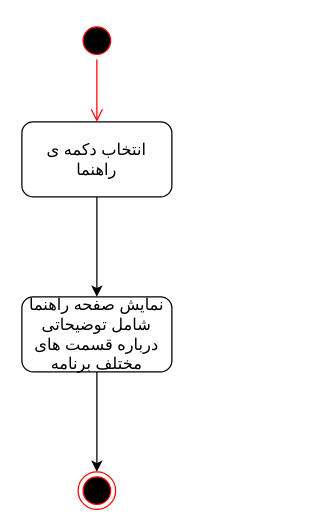
This is Docs./ActivityDiagram-Guide.drawio from ShadiMe-flutter/Workout, a draw.io file, before an edit. Source tidied: cells renumbered, new cells numbered last; positions are measured from the earlier drawing's top-left corner, leaving out a move shared by most shapes. Both pictures are drawn from the tidied source at 125%, with x=0, y=0 at pixel (21, 21).
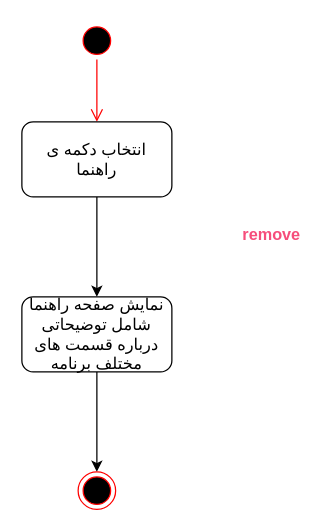
After the change.

Change to the diagram source:
```diff
@@
 <mxGraphModel>
   <root>
     <mxCell id="0" />
     <mxCell id="1" parent="0" />
     <mxCell id="2" style="ellipse;html=1;shape=startState;fillColor=#000000;strokeColor=#ff0000;" parent="1" vertex="1">
       <mxGeometry x="45" width="30" height="30" as="geometry" />
     </mxCell>
     <mxCell id="3" style="edgeStyle=orthogonalEdgeStyle;html=1;verticalAlign=bottom;endArrow=open;endSize=8;strokeColor=#ff0000;entryX=0.5;entryY=0;entryDx=0;entryDy=0;" parent="1" edge="1" source="2" target="5">
       <mxGeometry relative="1" as="geometry" />
     </mxCell>
     <mxCell id="4" style="edgeStyle=orthogonalEdgeStyle;rounded=0;jettySize=auto;html=1;" parent="1" edge="1" source="5" target="7">
       <mxGeometry relative="1" as="geometry" />
     </mxCell>
     <mxCell id="5" value="&lt;div style=&quot;font-size: 13px&quot;&gt;&lt;font face=&quot;B Zar&quot; style=&quot;font-size: 13px&quot;&gt;انتخاب دکمه ی &lt;br&gt;&lt;/font&gt;&lt;/div&gt;&lt;div style=&quot;font-size: 13px&quot;&gt;&lt;font face=&quot;B Zar&quot; style=&quot;font-size: 13px&quot;&gt;راهنما&lt;/font&gt;&lt;br&gt;&lt;/div&gt;" style="rounded=1;whiteSpace=wrap;html=1;" parent="1" vertex="1">
       <mxGeometry y="80" width="120" height="60" as="geometry" />
     </mxCell>
     <mxCell id="6" style="edgeStyle=orthogonalEdgeStyle;rounded=0;jettySize=auto;html=1;entryX=0.5;entryY=0;entryDx=0;entryDy=0;" parent="1" edge="1" source="7" target="8">
       <mxGeometry relative="1" as="geometry" />
     </mxCell>
     <mxCell id="7" value="&lt;font face=&quot;B Zar&quot; style=&quot;font-size: 13px&quot;&gt;نمایش صفحه راهنما شامل توضیحاتی درباره قسمت های مختلف برنامه&lt;/font&gt;" style="rounded=1;whiteSpace=wrap;html=1;" parent="1" vertex="1">
       <mxGeometry y="220" width="120" height="60" as="geometry" />
     </mxCell>
     <mxCell id="8" style="ellipse;html=1;shape=endState;fillColor=#000000;strokeColor=#ff0000;" parent="1" vertex="1">
       <mxGeometry x="45" y="360" width="30" height="30" as="geometry" />
     </mxCell>
+    <mxCell id="9" value="&lt;font color=&quot;#f64d7b&quot; size=&quot;1&quot;&gt;&lt;b style=&quot;font-size: 13px&quot;&gt;remove&lt;/b&gt;&lt;/font&gt;" style="text;html=1;strokeColor=none;fillColor=none;align=center;verticalAlign=middle;whiteSpace=wrap;rounded=0;" parent="1" vertex="1">
+      <mxGeometry x="180" y="160" width="40" height="20" as="geometry" />
+    </mxCell>
   </root>
 </mxGraphModel>
```
